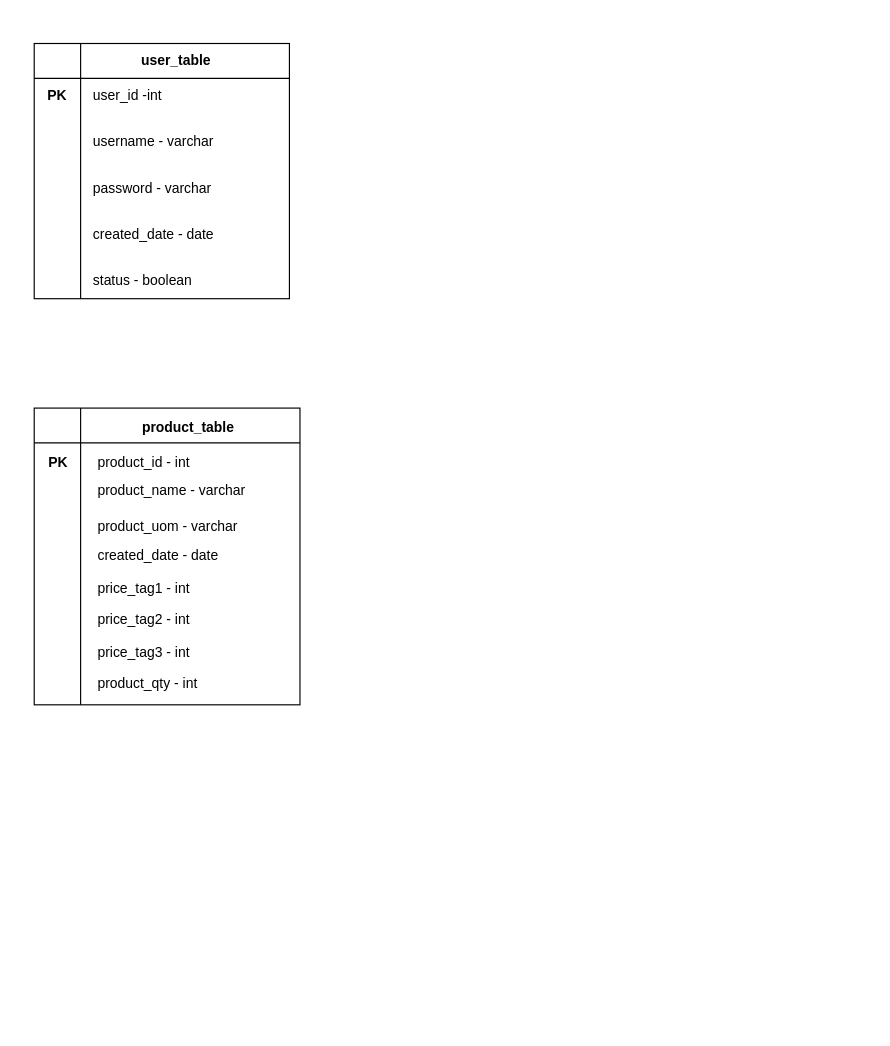
Above: Untitled Diagram.drawio in riolentius/python-practice (draw.io), before the change. Source tidied: cells renumbered, new cells numbered last; positions are measured from the earlier drawing's top-left corner, leaving out a move shared by most shapes. Both pictures are drawn from the tidied source at 116%, with x=0, y=0 at pixel (20, 43).
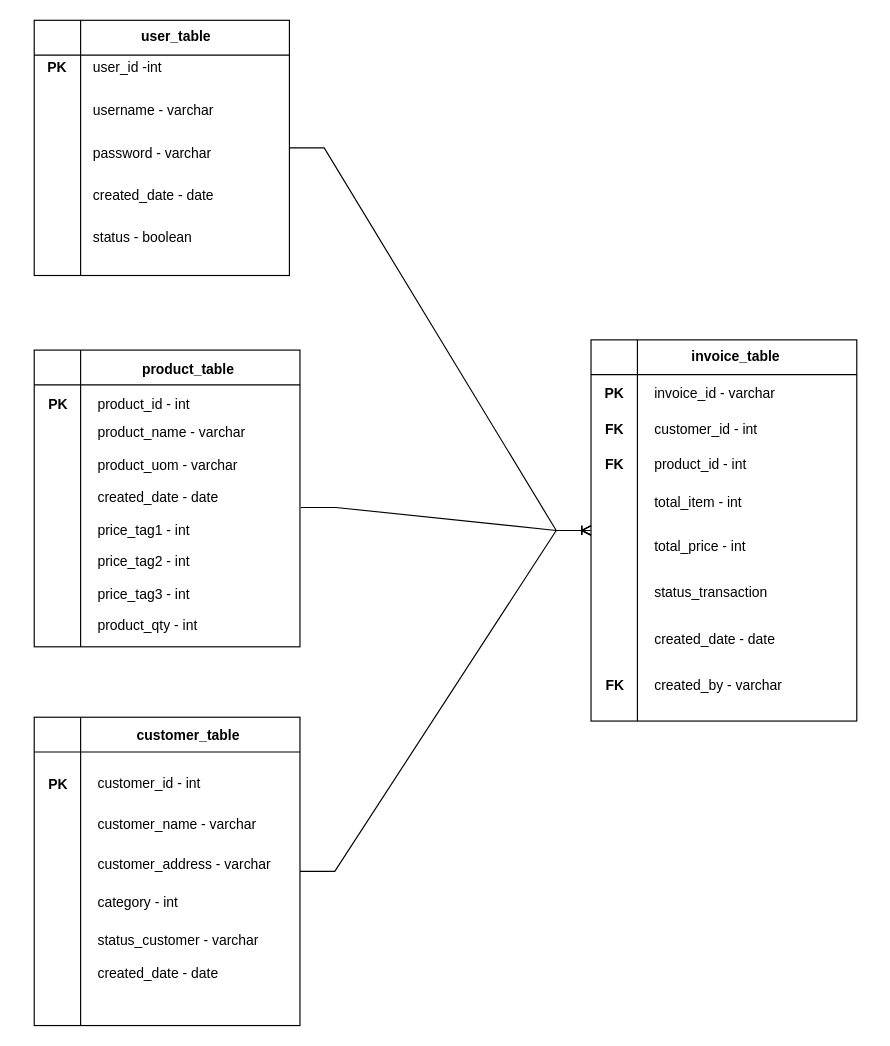
After the change.

The change refers to these unchanged cells:
```xml
<mxCell id="4" style="shape=internalStorage;whiteSpace=wrap;html=1;backgroundOutline=1;dx=40;dy=30;" parent="3" vertex="1">
  <mxGeometry width="220" height="220" as="geometry" />
</mxCell>
<mxCell id="14" style="group;" parent="13" vertex="1">
  <mxGeometry y="-6.8" width="229.1" height="276.8" as="geometry" />
</mxCell>
```

Change to the diagram source:
```diff
@@
     <mxCell id="2" style="group;" parent="1" vertex="1">
-      <mxGeometry x="2" width="230" height="240" as="geometry" />
+      <mxGeometry x="2" y="-20" width="230" height="220" as="geometry" />
     </mxCell>
     <mxCell id="3" style="group;" parent="2" vertex="1">
-      <mxGeometry x="10" width="220" height="240" as="geometry" />
+      <mxGeometry x="10" width="220" height="220" as="geometry" />
     </mxCell>
@@
     <mxCell id="5" value="user_table" style="text;html=1;strokeColor=none;fillColor=none;align=center;verticalAlign=middle;whiteSpace=wrap;rounded=0;fontStyle=1;" parent="3" vertex="1">
-      <mxGeometry x="85.6" width="73.3" height="30" as="geometry" />
+      <mxGeometry x="85.6" width="73.3" height="27.5" as="geometry" />
     </mxCell>
     <mxCell id="6" style="group;" parent="3" vertex="1">
-      <mxGeometry x="48.9" y="30" width="146.7" height="190" as="geometry" />
+      <mxGeometry x="48.9" y="27.5" width="146.7" height="174.2" as="geometry" />
     </mxCell>
     <mxCell id="7" value="user_id -int" style="text;html=1;strokeColor=none;fillColor=none;align=left;verticalAlign=middle;whiteSpace=wrap;rounded=0;" parent="6" vertex="1">
-      <mxGeometry width="146.7" height="30" as="geometry" />
+      <mxGeometry width="146.7" height="27.5" as="geometry" />
     </mxCell>
     <mxCell id="8" value="username - varchar" style="text;html=1;strokeColor=none;fillColor=none;align=left;verticalAlign=middle;whiteSpace=wrap;rounded=0;" parent="6" vertex="1">
-      <mxGeometry y="40" width="146.7" height="30" as="geometry" />
+      <mxGeometry y="36.7" width="146.7" height="27.5" as="geometry" />
     </mxCell>
     <mxCell id="9" value="password - varchar" style="text;html=1;strokeColor=none;fillColor=none;align=left;verticalAlign=middle;whiteSpace=wrap;rounded=0;" parent="6" vertex="1">
-      <mxGeometry y="80" width="146.7" height="30" as="geometry" />
+      <mxGeometry y="73.3" width="146.7" height="27.5" as="geometry" />
     </mxCell>
     <mxCell id="10" value="created_date - date" style="text;html=1;strokeColor=none;fillColor=none;align=left;verticalAlign=middle;whiteSpace=wrap;rounded=0;" parent="6" vertex="1">
-      <mxGeometry y="120" width="146.7" height="30" as="geometry" />
+      <mxGeometry y="110" width="146.7" height="27.5" as="geometry" />
     </mxCell>
     <mxCell id="11" value="status - boolean" style="text;html=1;strokeColor=none;fillColor=none;align=left;verticalAlign=middle;whiteSpace=wrap;rounded=0;" parent="6" vertex="1">
-      <mxGeometry y="160" width="146.7" height="30" as="geometry" />
+      <mxGeometry y="146.7" width="146.7" height="27.5" as="geometry" />
     </mxCell>
     <mxCell id="12" value="&lt;div&gt;PK&lt;/div&gt;" style="text;html=1;strokeColor=none;fillColor=none;align=center;verticalAlign=middle;whiteSpace=wrap;rounded=0;fontStyle=1;" parent="2" vertex="1">
-      <mxGeometry y="30" width="60" height="30" as="geometry" />
+      <mxGeometry y="27.5" width="60" height="27.5" as="geometry" />
     </mxCell>
     <mxCell id="13" style="group;" parent="1" vertex="1">
-      <mxGeometry x="12" y="310" width="240" height="270" as="geometry" />
+      <mxGeometry x="12" y="260" width="240" height="270" as="geometry" />
     </mxCell>
@@
     <mxCell id="19" value="product_uom - varchar" style="text;html=1;strokeColor=none;fillColor=none;align=left;verticalAlign=middle;whiteSpace=wrap;rounded=0;" parent="14" vertex="1">
-      <mxGeometry x="53.3" y="86.1" width="160" height="55.3" as="geometry" />
+      <mxGeometry x="53.3" y="83.6" width="160" height="55.3" as="geometry" />
     </mxCell>
@@
+    <mxCell id="26" style="edgeStyle=entityRelationEdgeStyle;fontSize=12;html=1;endArrow=ERoneToMany;rounded=0;" parent="13" edge="1" target="40">
+      <mxGeometry relative="1" as="geometry">
+        <mxPoint x="230" y="140" as="sourcePoint" />
+      </mxGeometry>
+    </mxCell>
+    <mxCell id="27" style="group;" parent="1" vertex="1">
+      <mxGeometry x="12" y="570" width="240" height="270" as="geometry" />
+    </mxCell>
+    <mxCell id="28" style="group;" parent="27" vertex="1">
+      <mxGeometry width="229.1" height="276.6" as="geometry" />
+    </mxCell>
+    <mxCell id="29" style="shape=internalStorage;whiteSpace=wrap;html=1;backgroundOutline=1;dx=40;dy=30;" parent="28" vertex="1">
+      <mxGeometry y="10.8" width="229.1" height="265.8" as="geometry" />
+    </mxCell>
+    <mxCell id="30" value="&lt;div&gt;customer_table&lt;/div&gt;" style="text;html=1;strokeColor=none;fillColor=none;align=center;verticalAlign=middle;whiteSpace=wrap;rounded=0;fontStyle=1;" parent="28" vertex="1">
+      <mxGeometry x="93.3" width="80" height="54.1" as="geometry" />
+    </mxCell>
+    <mxCell id="31" value="customer_id - int" style="text;html=1;strokeColor=none;fillColor=none;align=left;verticalAlign=middle;whiteSpace=wrap;rounded=0;" parent="28" vertex="1">
+      <mxGeometry x="53.3" y="54.1" width="160" height="28" as="geometry" />
+    </mxCell>
+    <mxCell id="32" value="customer_name - varchar" style="text;html=1;strokeColor=none;fillColor=none;align=left;verticalAlign=middle;whiteSpace=wrap;rounded=0;" parent="28" vertex="1">
+      <mxGeometry x="53.3" y="90" width="160" height="27" as="geometry" />
+    </mxCell>
+    <mxCell id="33" value="customer_address - varchar" style="text;html=1;strokeColor=none;fillColor=none;align=left;verticalAlign=middle;whiteSpace=wrap;rounded=0;" parent="28" vertex="1">
+      <mxGeometry x="53.3" y="126" width="160" height="24.5" as="geometry" />
+    </mxCell>
+    <mxCell id="34" value="category - int" style="text;html=1;strokeColor=none;fillColor=none;align=left;verticalAlign=middle;whiteSpace=wrap;rounded=0;" parent="28" vertex="1">
+      <mxGeometry x="53.3" y="160" width="160" height="22.4" as="geometry" />
+    </mxCell>
+    <mxCell id="35" value="created_date - date" style="text;html=1;strokeColor=none;fillColor=none;align=left;verticalAlign=middle;whiteSpace=wrap;rounded=0;" parent="28" vertex="1">
+      <mxGeometry x="53.3" y="220" width="160" height="24.3" as="geometry" />
+    </mxCell>
+    <mxCell id="36" value="status_customer - varchar" style="text;html=1;strokeColor=none;fillColor=none;align=left;verticalAlign=middle;whiteSpace=wrap;rounded=0;" parent="28" vertex="1">
+      <mxGeometry x="53.3" y="190" width="160" height="27" as="geometry" />
+    </mxCell>
+    <mxCell id="37" value="&lt;div&gt;PK&lt;/div&gt;" style="text;html=1;strokeColor=none;fillColor=none;align=center;verticalAlign=middle;whiteSpace=wrap;rounded=0;fontStyle=1;" parent="28" vertex="1">
+      <mxGeometry x="-12.1" y="55.1" width="65.5" height="27.2" as="geometry" />
+    </mxCell>
+    <mxCell id="38" style="group;" parent="1" vertex="1">
+      <mxGeometry x="492" y="250" width="240" height="346.8" as="geometry" />
+    </mxCell>
+    <mxCell id="39" style="group;" parent="38" vertex="1">
+      <mxGeometry y="-8.7" width="229.1" height="355.4" as="geometry" />
+    </mxCell>
+    <mxCell id="40" style="shape=internalStorage;whiteSpace=wrap;html=1;backgroundOutline=1;dx=40;dy=30;" parent="39" vertex="1">
+      <mxGeometry y="14.2" width="229.1" height="328.6" as="geometry" />
+    </mxCell>
+    <mxCell id="41" value="invoice_id - varchar" style="text;html=1;strokeColor=none;fillColor=none;align=left;verticalAlign=middle;whiteSpace=wrap;rounded=0;" parent="39" vertex="1">
+      <mxGeometry x="53.3" y="48.6" width="160" height="24.7" as="geometry" />
+    </mxCell>
+    <mxCell id="42" value="customer_id - int" style="text;html=1;strokeColor=none;fillColor=none;align=left;verticalAlign=middle;whiteSpace=wrap;rounded=0;" parent="39" vertex="1">
+      <mxGeometry x="53.3" y="81.5" width="160" height="21.3" as="geometry" />
+    </mxCell>
+    <mxCell id="43" value="product_id - int" style="text;html=1;strokeColor=none;fillColor=none;align=left;verticalAlign=middle;whiteSpace=wrap;rounded=0;" parent="39" vertex="1">
+      <mxGeometry x="53.3" y="108.3" width="160" height="27.5" as="geometry" />
+    </mxCell>
+    <mxCell id="44" value="&lt;div&gt;PK&lt;/div&gt;" style="text;html=1;strokeColor=none;fillColor=none;align=center;verticalAlign=middle;whiteSpace=wrap;rounded=0;fontStyle=1;" parent="39" vertex="1">
+      <mxGeometry x="-6.1" y="49" width="53.3" height="24.3" as="geometry" />
+    </mxCell>
+    <mxCell id="45" value="total_item - int" style="text;html=1;strokeColor=none;fillColor=none;align=left;verticalAlign=middle;whiteSpace=wrap;rounded=0;" parent="39" vertex="1">
+      <mxGeometry x="53.3" y="141.3" width="160" height="27.5" as="geometry" />
+    </mxCell>
+    <mxCell id="46" value="total_price - int" style="text;html=1;strokeColor=none;fillColor=none;align=left;verticalAlign=middle;whiteSpace=wrap;rounded=0;" parent="39" vertex="1">
+      <mxGeometry x="53.3" y="178.7" width="160" height="27.5" as="geometry" />
+    </mxCell>
+    <mxCell id="47" value="&lt;div&gt;status_transaction&lt;/div&gt;" style="text;html=1;strokeColor=none;fillColor=none;align=left;verticalAlign=middle;whiteSpace=wrap;rounded=0;" parent="39" vertex="1">
+      <mxGeometry x="53.3" y="218.7" width="160" height="27.5" as="geometry" />
+    </mxCell>
+    <mxCell id="48" value="&lt;div&gt;FK&lt;/div&gt;" style="text;html=1;strokeColor=none;fillColor=none;align=center;verticalAlign=middle;whiteSpace=wrap;rounded=0;fontStyle=1;" parent="39" vertex="1">
+      <mxGeometry x="-6.1" y="81.5" width="53.3" height="21.3" as="geometry" />
+    </mxCell>
+    <mxCell id="49" value="FK" style="text;html=1;strokeColor=none;fillColor=none;align=center;verticalAlign=middle;whiteSpace=wrap;rounded=0;fontStyle=1;" parent="39" vertex="1">
+      <mxGeometry x="-1.1" y="110.6" width="43.3" height="23" as="geometry" />
+    </mxCell>
+    <mxCell id="50" value="created_date - date" style="text;html=1;strokeColor=none;fillColor=none;align=left;verticalAlign=middle;whiteSpace=wrap;rounded=0;" parent="39" vertex="1">
+      <mxGeometry x="53.3" y="258.7" width="160" height="27.5" as="geometry" />
+    </mxCell>
+    <mxCell id="51" value="created_by - varchar" style="text;html=1;strokeColor=none;fillColor=none;align=left;verticalAlign=middle;whiteSpace=wrap;rounded=0;" parent="39" vertex="1">
+      <mxGeometry x="53.3" y="298.7" width="160" height="27.5" as="geometry" />
+    </mxCell>
+    <mxCell id="52" value="FK" style="text;html=1;strokeColor=none;fillColor=none;align=center;verticalAlign=middle;whiteSpace=wrap;rounded=0;fontStyle=1;" parent="39" vertex="1">
+      <mxGeometry x="-12.1" y="293.2" width="65.5" height="38.5" as="geometry" />
+    </mxCell>
+    <mxCell id="53" value="invoice_table" style="text;html=1;strokeColor=none;fillColor=none;align=center;verticalAlign=middle;whiteSpace=wrap;rounded=0;fontStyle=1;" parent="39" vertex="1">
+      <mxGeometry x="80" y="18.7" width="89.5" height="19.8" as="geometry" />
+    </mxCell>
+    <mxCell id="54" style="edgeStyle=entityRelationEdgeStyle;fontSize=12;html=1;endArrow=ERoneToMany;rounded=0;exitX=1;exitY=0.5;exitDx=0;exitDy=0;" parent="1" edge="1" source="29" target="40">
+      <mxGeometry relative="1" as="geometry" />
+    </mxCell>
+    <mxCell id="55" style="edgeStyle=entityRelationEdgeStyle;fontSize=12;html=1;endArrow=ERoneToMany;rounded=0;" parent="1" edge="1" source="4" target="40">
+      <mxGeometry relative="1" as="geometry" />
+    </mxCell>
```
